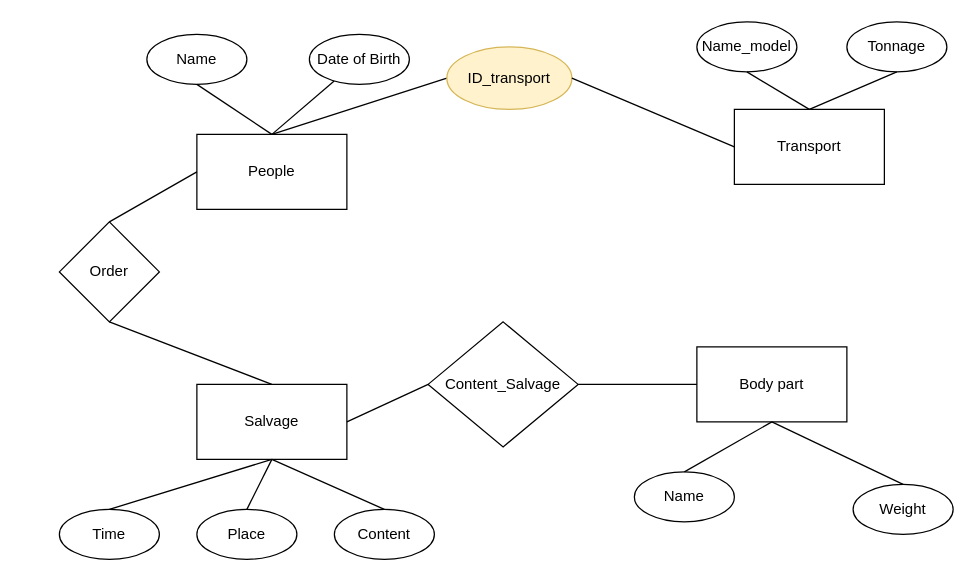
sporrrtik/DataBases_22-23 keeps this draw.io diagram as P33201/s291193/Lab2/Инфологический.drawio. Above is the earlier version. Source tidied: cells renumbered, new cells numbered last; positions are measured from the earlier drawing's top-left corner, leaving out a move shared by most shapes. Both pictures are drawn from the tidied source at 125%, with x=0, y=0 at pixel (59, 21).
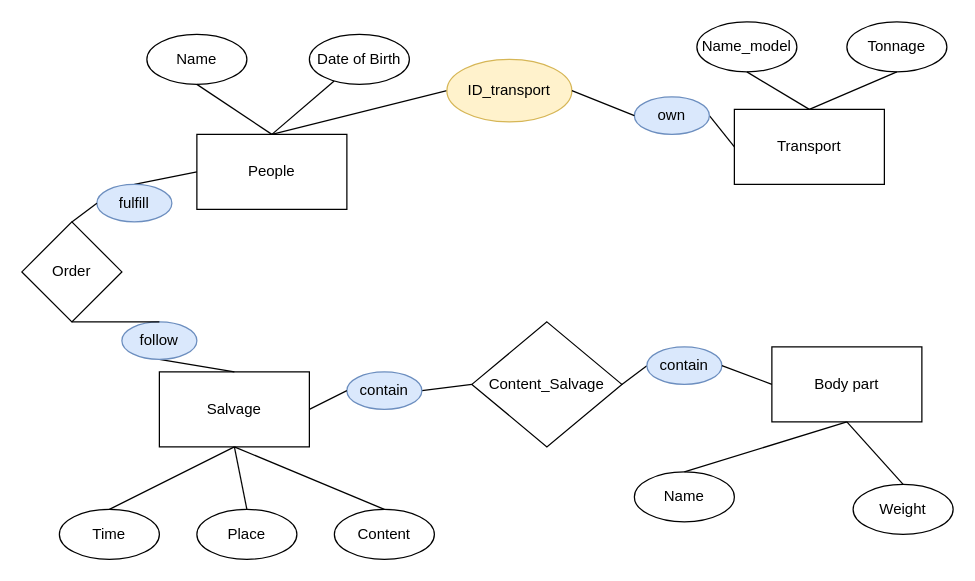
Above is the later version.

Unchanged cells that the change refers to:
```xml
<mxCell id="2" value="People" style="rounded=0;whiteSpace=wrap;html=1;" parent="1" vertex="1">
  <mxGeometry x="110" y="90" width="120" height="60" as="geometry" />
</mxCell>
<mxCell id="5" value="Transport" style="rounded=0;whiteSpace=wrap;html=1;" parent="1" vertex="1">
  <mxGeometry x="540" y="70" width="120" height="60" as="geometry" />
</mxCell>
```

What changed in the source:
```diff
@@
     <mxCell id="3" value="Body part" style="rounded=0;whiteSpace=wrap;html=1;" parent="1" vertex="1">
-      <mxGeometry x="510" y="260" width="120" height="60" as="geometry" />
+      <mxGeometry x="570" y="260" width="120" height="60" as="geometry" />
     </mxCell>
     <mxCell id="4" value="Salvage" style="rounded=0;whiteSpace=wrap;html=1;" parent="1" vertex="1">
-      <mxGeometry x="110" y="290" width="120" height="60" as="geometry" />
+      <mxGeometry x="80" y="280" width="120" height="60" as="geometry" />
     </mxCell>
@@
     <mxCell id="24" value="Order" style="rhombus;whiteSpace=wrap;html=1;" parent="1" vertex="1">
-      <mxGeometry y="160" width="80" height="80" as="geometry" />
+      <mxGeometry x="-30" y="160" width="80" height="80" as="geometry" />
     </mxCell>
-    <mxCell id="25" style="endArrow=none;html=1;rounded=0;exitX=0.5;exitY=1;exitDx=0;exitDy=0;entryX=0.5;entryY=0;entryDx=0;entryDy=0;" parent="1" edge="1" source="24" target="4">
+    <mxCell id="25" style="endArrow=none;html=1;rounded=0;exitX=0.5;exitY=1;exitDx=0;exitDy=0;entryX=0.5;entryY=0;entryDx=0;entryDy=0;startArrow=none;" parent="1" edge="1" source="37" target="4">
       <mxGeometry relative="1" as="geometry" />
     </mxCell>
-    <mxCell id="26" style="endArrow=none;html=1;rounded=0;exitX=0.5;exitY=0;exitDx=0;exitDy=0;entryX=0;entryY=0.5;entryDx=0;entryDy=0;" parent="1" edge="1" source="24" target="2">
+    <mxCell id="26" style="endArrow=none;html=1;rounded=0;exitX=0.5;exitY=0;exitDx=0;exitDy=0;entryX=0;entryY=0.5;entryDx=0;entryDy=0;startArrow=none;" parent="1" edge="1" source="39" target="2">
       <mxGeometry relative="1" as="geometry" />
     </mxCell>
     <mxCell id="27" value="Content_Salvage" style="rhombus;whiteSpace=wrap;html=1;" parent="1" vertex="1">
-      <mxGeometry x="295" y="240" width="120" height="100" as="geometry" />
+      <mxGeometry x="330" y="240" width="120" height="100" as="geometry" />
     </mxCell>
-    <mxCell id="28" style="endArrow=none;html=1;rounded=0;exitX=1;exitY=0.5;exitDx=0;exitDy=0;entryX=0;entryY=0.5;entryDx=0;entryDy=0;" parent="1" edge="1" source="4" target="27">
+    <mxCell id="28" style="endArrow=none;html=1;rounded=0;exitX=1;exitY=0.5;exitDx=0;exitDy=0;entryX=0;entryY=0.5;entryDx=0;entryDy=0;startArrow=none;" parent="1" edge="1" source="35" target="27">
       <mxGeometry relative="1" as="geometry" />
     </mxCell>
-    <mxCell id="29" style="endArrow=none;html=1;rounded=0;entryX=1;entryY=0.5;entryDx=0;entryDy=0;exitX=0;exitY=0.5;exitDx=0;exitDy=0;" parent="1" edge="1" source="3" target="27">
+    <mxCell id="29" style="endArrow=none;html=1;rounded=0;entryX=1;entryY=0.5;entryDx=0;entryDy=0;exitX=0;exitY=0.5;exitDx=0;exitDy=0;startArrow=none;" parent="1" edge="1" source="33" target="27">
       <mxGeometry relative="1" as="geometry" />
     </mxCell>
@@
     <mxCell id="31" value="ID_transport" style="ellipse;whiteSpace=wrap;html=1;fillColor=#fff2cc;strokeColor=#d6b656;" parent="1" vertex="1">
-      <mxGeometry x="310" y="20" width="100" height="50" as="geometry" />
+      <mxGeometry x="310" y="30" width="100" height="50" as="geometry" />
     </mxCell>
-    <mxCell id="32" style="endArrow=none;html=1;rounded=0;exitX=1;exitY=0.5;exitDx=0;exitDy=0;entryX=0;entryY=0.5;entryDx=0;entryDy=0;" parent="1" edge="1" source="31" target="5">
+    <mxCell id="32" style="endArrow=none;html=1;rounded=0;exitX=1;exitY=0.5;exitDx=0;exitDy=0;entryX=0;entryY=0.5;entryDx=0;entryDy=0;startArrow=none;" parent="1" edge="1" source="41" target="5">
       <mxGeometry relative="1" as="geometry" />
     </mxCell>
+    <mxCell id="33" value="contain" style="ellipse;whiteSpace=wrap;html=1;fillColor=#dae8fc;strokeColor=#6c8ebf;" parent="1" vertex="1">
+      <mxGeometry x="470" y="260" width="60" height="30" as="geometry" />
+    </mxCell>
+    <mxCell id="34" style="endArrow=none;html=1;rounded=0;entryX=1;entryY=0.5;entryDx=0;entryDy=0;exitX=0;exitY=0.5;exitDx=0;exitDy=0;" parent="1" edge="1" source="3" target="33">
+      <mxGeometry relative="1" as="geometry" />
+    </mxCell>
+    <mxCell id="35" value="contain" style="ellipse;whiteSpace=wrap;html=1;fillColor=#dae8fc;strokeColor=#6c8ebf;" parent="1" vertex="1">
+      <mxGeometry x="230" y="280" width="60" height="30" as="geometry" />
+    </mxCell>
+    <mxCell id="36" style="endArrow=none;html=1;rounded=0;exitX=1;exitY=0.5;exitDx=0;exitDy=0;entryX=0;entryY=0.5;entryDx=0;entryDy=0;" parent="1" edge="1" source="4" target="35">
+      <mxGeometry relative="1" as="geometry" />
+    </mxCell>
+    <mxCell id="37" value="follow" style="ellipse;whiteSpace=wrap;html=1;fillColor=#dae8fc;strokeColor=#6c8ebf;" parent="1" vertex="1">
+      <mxGeometry x="50" y="240" width="60" height="30" as="geometry" />
+    </mxCell>
+    <mxCell id="38" style="endArrow=none;html=1;rounded=0;exitX=0.5;exitY=1;exitDx=0;exitDy=0;entryX=0.5;entryY=0;entryDx=0;entryDy=0;" parent="1" edge="1" source="24" target="37">
+      <mxGeometry relative="1" as="geometry" />
+    </mxCell>
+    <mxCell id="39" value="fulfill" style="ellipse;whiteSpace=wrap;html=1;fillColor=#dae8fc;strokeColor=#6c8ebf;" parent="1" vertex="1">
+      <mxGeometry x="30" y="130" width="60" height="30" as="geometry" />
+    </mxCell>
+    <mxCell id="40" style="endArrow=none;html=1;rounded=0;exitX=0.5;exitY=0;exitDx=0;exitDy=0;entryX=0;entryY=0.5;entryDx=0;entryDy=0;" parent="1" edge="1" source="24" target="39">
+      <mxGeometry relative="1" as="geometry" />
+    </mxCell>
+    <mxCell id="41" value="own" style="ellipse;whiteSpace=wrap;html=1;fillColor=#dae8fc;strokeColor=#6c8ebf;" parent="1" vertex="1">
+      <mxGeometry x="460" y="60" width="60" height="30" as="geometry" />
+    </mxCell>
+    <mxCell id="42" style="endArrow=none;html=1;rounded=0;exitX=1;exitY=0.5;exitDx=0;exitDy=0;entryX=0;entryY=0.5;entryDx=0;entryDy=0;" parent="1" edge="1" source="31" target="41">
+      <mxGeometry relative="1" as="geometry" />
+    </mxCell>
```
